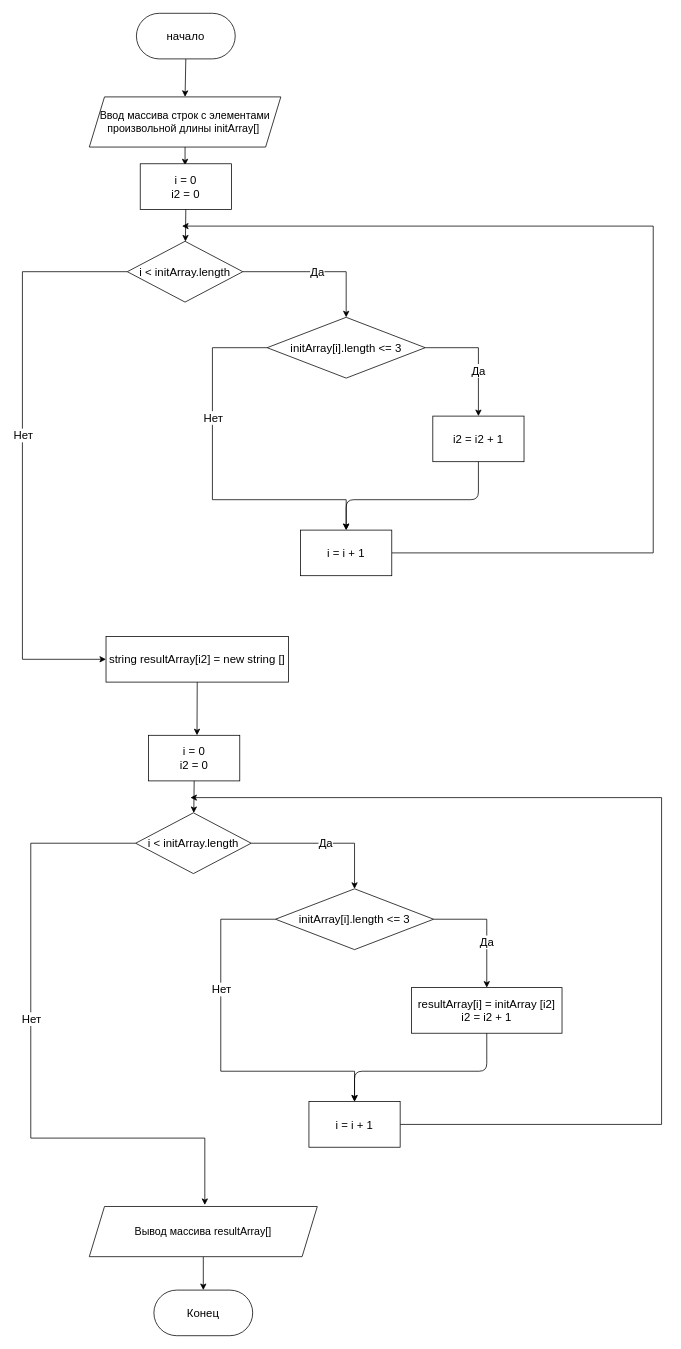
Above: diagram.drawio in Nikita-L0/Q1-Final-task (draw.io), before the change. Source tidied: cells renumbered, new cells numbered last; positions are measured from the earlier drawing's top-left corner, leaving out a move shared by most shapes. Both pictures are drawn from the tidied source at 76%, with x=0, y=0 at pixel (22, 13).
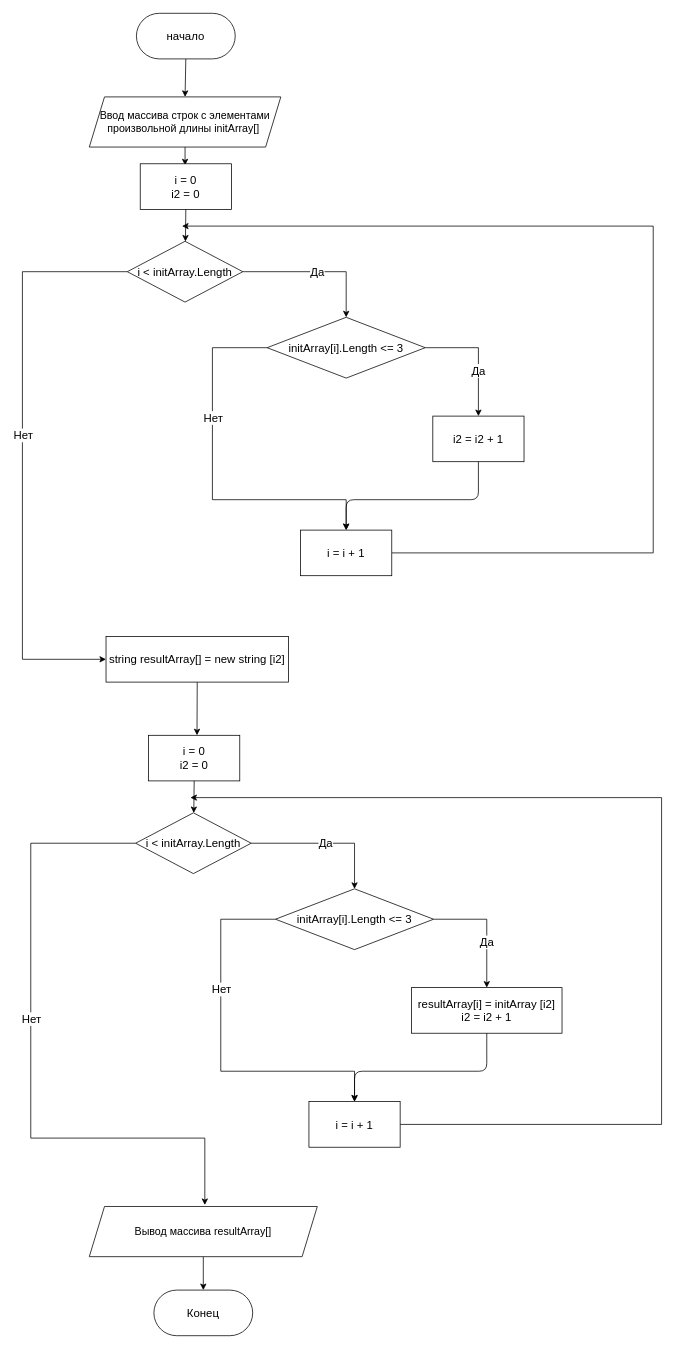
Above is the later version.

Commit message (it also covers changes not shown here):
Добавлена программа и исправлена блок-схема

What changed in the source:
```diff
@@
-    <mxCell id="9" value="i &amp;lt; initArray.length" style="rhombus;whiteSpace=wrap;html=1;fontSize=15;" parent="1" vertex="1">
+    <mxCell id="9" value="i &amp;lt; initArray.Length" style="rhombus;whiteSpace=wrap;html=1;fontSize=15;" parent="1" vertex="1">
       <mxGeometry x="138" y="300" width="152" height="80" as="geometry" />
     </mxCell>
@@
-    <mxCell id="15" value="&lt;div&gt;string resultArray[i2] = new string []&lt;/div&gt;" style="rounded=0;whiteSpace=wrap;html=1;fontSize=15;" parent="1" vertex="1">
+    <mxCell id="15" value="&lt;div&gt;string resultArray[] = new string [i2]&lt;/div&gt;" style="rounded=0;whiteSpace=wrap;html=1;fontSize=15;" parent="1" vertex="1">
       <mxGeometry x="110" y="820" width="240" height="60" as="geometry" />
     </mxCell>
-    <mxCell id="16" value="initArray[i].length &amp;lt;= 3" style="rhombus;whiteSpace=wrap;html=1;fontSize=15;" parent="1" vertex="1">
+    <mxCell id="16" value="initArray[i].Length &amp;lt;= 3" style="rhombus;whiteSpace=wrap;html=1;fontSize=15;" parent="1" vertex="1">
       <mxGeometry x="322" y="400" width="208" height="80" as="geometry" />
     </mxCell>
@@
-    <mxCell id="25" value="i &amp;lt; initArray.length" style="rhombus;whiteSpace=wrap;html=1;fontSize=15;" parent="1" vertex="1">
+    <mxCell id="25" value="i &amp;lt; initArray.Length" style="rhombus;whiteSpace=wrap;html=1;fontSize=15;" parent="1" vertex="1">
       <mxGeometry x="149" y="1052" width="152" height="80" as="geometry" />
     </mxCell>
@@
-    <mxCell id="30" value="initArray[i].length &amp;lt;= 3" style="rhombus;whiteSpace=wrap;html=1;fontSize=15;" parent="1" vertex="1">
+    <mxCell id="30" value="initArray[i].Length &amp;lt;= 3" style="rhombus;whiteSpace=wrap;html=1;fontSize=15;" parent="1" vertex="1">
       <mxGeometry x="333" y="1152" width="208" height="80" as="geometry" />
     </mxCell>
```
